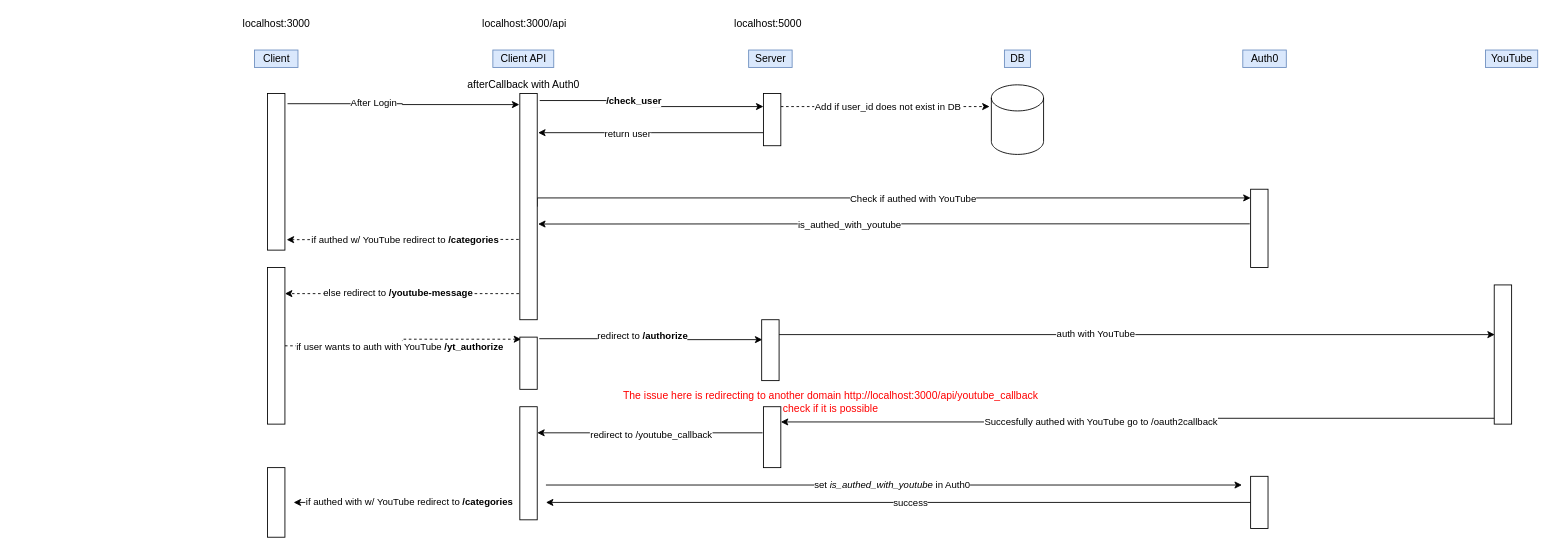
Before: YG-server/API Design Files/Login Flow.drawio in miguellealw/Web-Room, a draw.io diagram. Source tidied: cells renumbered, new cells numbered last; positions are measured from the earlier drawing's top-left corner, leaving out a move shared by most shapes. Both pictures are drawn from the tidied source at 87%, with x=0, y=0 at pixel (237, 15).
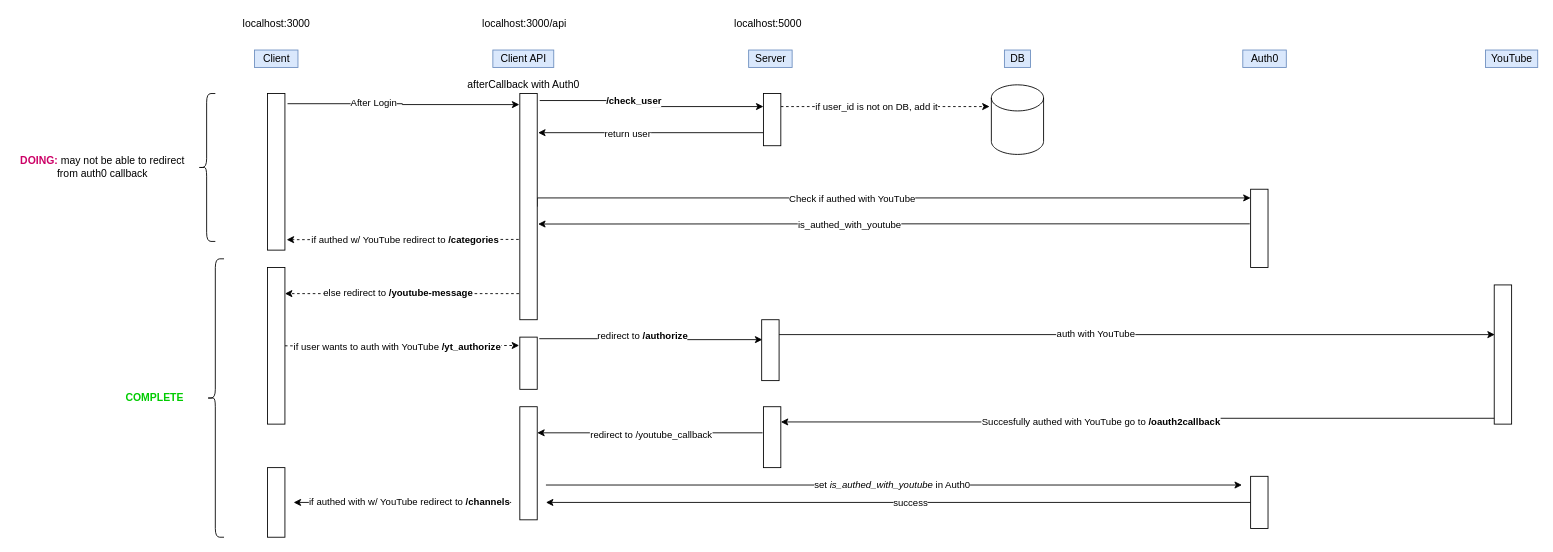
Above is the later version.

Commit message:
changes to login flow

The change refers to these unchanged cells:
```xml
<mxCell id="12" style="edgeStyle=orthogonalEdgeStyle;rounded=0;jettySize=auto;html=1;exitX=1;exitY=0.5;exitDx=0;exitDy=0;" parent="1" edge="1" source="20">
  <mxGeometry relative="1" as="geometry">
    <mxPoint x="1165" y="210" as="targetPoint" />
    <Array as="points">
      <mxPoint x="345" y="210" />
    </Array>
  </mxGeometry>
</mxCell>
<mxCell id="21" style="edgeStyle=orthogonalEdgeStyle;rounded=0;jettySize=auto;html=1;exitX=1;exitY=0.25;exitDx=0;exitDy=0;dashed=1;" parent="1" edge="1" source="25">
  <mxGeometry relative="1" as="geometry">
    <mxPoint x="865" y="105" as="targetPoint" />
  </mxGeometry>
</mxCell>
<mxCell id="31" style="edgeStyle=orthogonalEdgeStyle;rounded=0;jettySize=auto;html=1;exitX=0.081;exitY=0.958;exitDx=0;exitDy=0;entryX=1;entryY=0.25;entryDx=0;entryDy=0;exitPerimeter=0;" parent="1" edge="1" source="33" target="50">
  <mxGeometry relative="1" as="geometry" />
</mxCell>
<mxCell id="37" style="rounded=0;whiteSpace=wrap;html=1;" parent="1" vertex="1">
  <mxGeometry x="35" y="290" width="20" height="180" as="geometry" />
</mxCell>
<mxCell id="40" style="edgeStyle=orthogonalEdgeStyle;rounded=0;orthogonalLoop=1;jettySize=auto;html=1;" parent="1" edge="1">
  <mxGeometry relative="1" as="geometry">
    <mxPoint x="315" y="560" as="sourcePoint" />
    <mxPoint x="65" y="560" as="targetPoint" />
  </mxGeometry>
</mxCell>
<mxCell id="42" style="rounded=0;whiteSpace=wrap;html=1;" parent="1" vertex="1">
  <mxGeometry x="325" y="370" width="20" height="60" as="geometry" />
</mxCell>
```

Change to the diagram source:
```diff
@@
     <mxCell id="13" value="Check if authed with YouTube" style="edgeLabel;html=1;align=center;verticalAlign=middle;" parent="12" vertex="1">
       <mxGeometry x="-0.08" y="-2" relative="1" as="geometry">
-        <mxPoint x="59" y="-2" as="offset" />
+        <mxPoint x="-11" y="-2" as="offset" />
       </mxGeometry>
     </mxCell>
@@
-    <mxCell id="22" value="Add if user_id does not exist in DB" style="edgeLabel;html=1;align=center;verticalAlign=middle;" parent="21" vertex="1">
+    <mxCell id="22" value="if user_id is not on DB, add it" style="edgeLabel;html=1;align=center;verticalAlign=middle;" parent="21" vertex="1">
       <mxGeometry x="0.24" y="1" relative="1" as="geometry">
-        <mxPoint x="-26" as="offset" />
+        <mxPoint x="-39" as="offset" />
       </mxGeometry>
     </mxCell>
@@
-    <mxCell id="32" value="Succesfully authed with YouTube go to /oauth2callback" style="edgeLabel;html=1;align=center;verticalAlign=middle;" parent="31" vertex="1">
+    <mxCell id="32" value="Succesfully authed with YouTube go to &lt;b&gt;/oauth2callback&lt;/b&gt;" style="edgeLabel;html=1;align=center;verticalAlign=middle;" parent="31" vertex="1">
       <mxGeometry x="0.11" relative="1" as="geometry" />
     </mxCell>
@@
-    <mxCell id="35" style="edgeStyle=orthogonalEdgeStyle;rounded=0;jettySize=auto;html=1;dashed=1;entryX=0.076;entryY=0.04;entryDx=0;entryDy=0;entryPerimeter=0;" parent="1" edge="1" source="37" target="42">
+    <mxCell id="35" style="edgeStyle=orthogonalEdgeStyle;rounded=0;jettySize=auto;html=1;dashed=1;entryX=-0.038;entryY=0.16;entryDx=0;entryDy=0;entryPerimeter=0;" parent="1" edge="1" source="37" target="42">
       <mxGeometry relative="1" as="geometry" />
     </mxCell>
@@
-    <mxCell id="41" value="if authed with w/ YouTube redirect to &lt;b&gt;/categories&lt;/b&gt;" style="edgeLabel;html=1;align=center;verticalAlign=middle;" parent="40" vertex="1">
+    <mxCell id="41" value="if authed with w/ YouTube redirect to &lt;b&gt;/channels&lt;/b&gt;" style="edgeLabel;html=1;align=center;verticalAlign=middle;" parent="40" vertex="1">
       <mxGeometry x="0.2" y="1" relative="1" as="geometry">
         <mxPoint x="32" y="-2" as="offset" />
       </mxGeometry>
     </mxCell>
@@
-    <mxCell id="49" value="The issue here is redirecting to another domain http://localhost:3000/api/youtube_callback&lt;br&gt;check if it is possible" style="text;html=1;align=center;verticalAlign=middle;strokeColor=none;fontColor=#FF0000;" parent="1" vertex="1">
-      <mxGeometry x="437" y="430" width="490" height="30" as="geometry" />
-    </mxCell>
@@
+    <mxCell id="58" style="shape=curlyBracket;whiteSpace=wrap;html=1;rounded=1;fontColor=#000000;" parent="1" vertex="1">
+      <mxGeometry x="-35" y="280" width="20" height="320" as="geometry" />
+    </mxCell>
+    <mxCell id="59" value="&lt;b&gt;&lt;font color=&quot;#00cc00&quot;&gt;COMPLETE&lt;/font&gt;&lt;/b&gt;" style="text;html=1;align=center;verticalAlign=middle;strokeColor=none;fontColor=#000000;" parent="1" vertex="1">
+      <mxGeometry x="-135" y="430" width="80" height="20" as="geometry" />
+    </mxCell>
+    <mxCell id="60" style="shape=curlyBracket;whiteSpace=wrap;html=1;rounded=1;fontColor=#000000;" parent="1" vertex="1">
+      <mxGeometry x="-45" y="90" width="20" height="170" as="geometry" />
+    </mxCell>
+    <mxCell id="61" value="&lt;font color=&quot;#cc0066&quot;&gt;&lt;b&gt;DOING: &lt;/b&gt;&lt;/font&gt;may not be able to redirect&lt;br&gt;from auth0 callback" style="text;html=1;align=center;verticalAlign=middle;strokeColor=none;fontColor=#000000;" parent="1" vertex="1">
+      <mxGeometry x="-255" y="160" width="200" height="30" as="geometry" />
+    </mxCell>
```
